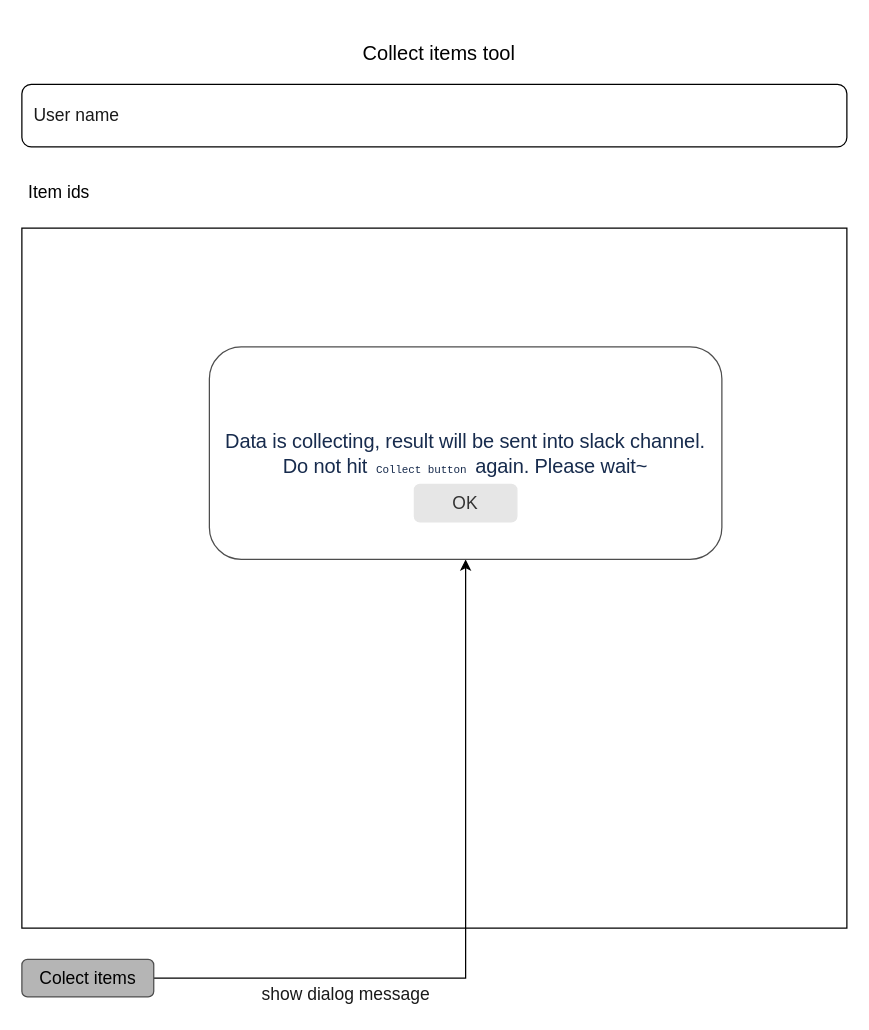
This is Untitled Diagram.drawio from newit-tindm/aws, a draw.io file, before an edit. Source tidied: cells renumbered, new cells numbered last; positions are measured from the earlier drawing's top-left corner, leaving out a move shared by most shapes. Both pictures are drawn from the tidied source at 125%, with x=0, y=0 at pixel (21, 34).
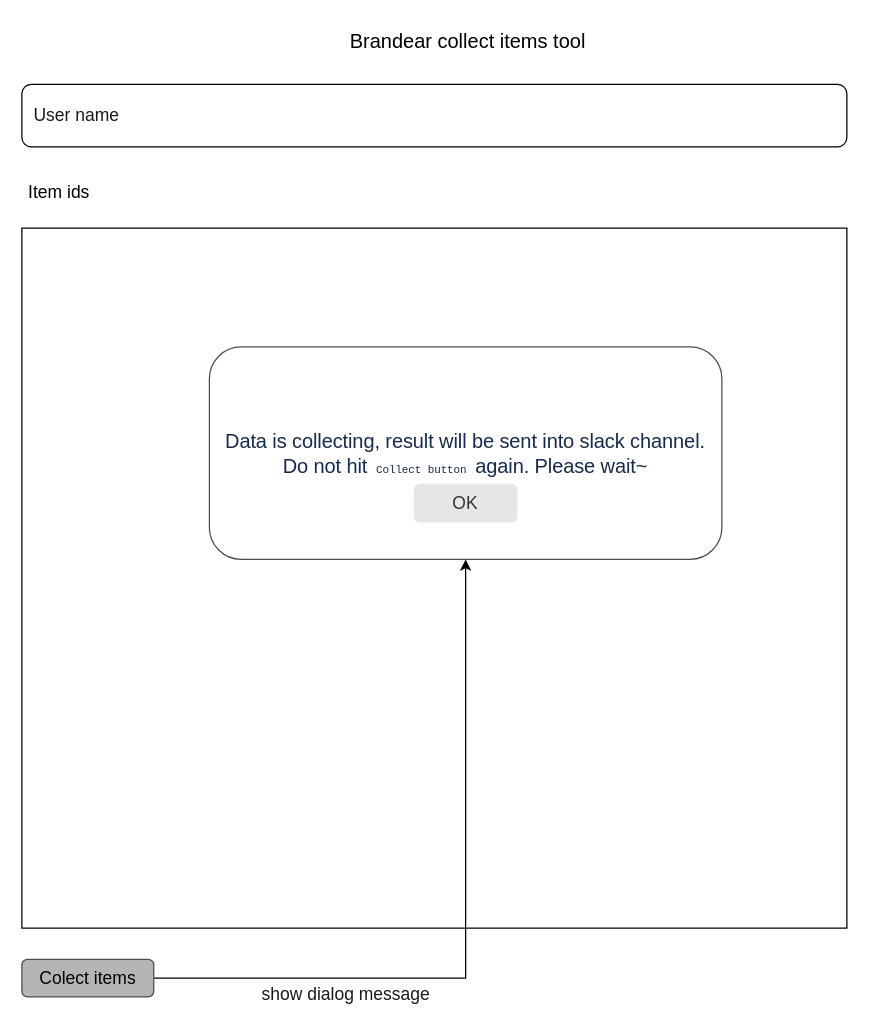
After the change.

Change to the diagram source:
```diff
@@
 <mxGraphModel>
   <root>
     <mxCell id="0" />
     <mxCell id="1" parent="0" />
-    <mxCell id="2" value="&lt;font style=&quot;font-size: 16px&quot;&gt;Collect items tool&lt;/font&gt;" style="text;html=1;strokeColor=none;fillColor=none;align=center;verticalAlign=middle;whiteSpace=wrap;rounded=0;" parent="1" vertex="1">
-      <mxGeometry x="244" width="180" height="30" as="geometry" />
+    <mxCell id="2" value="&lt;font style=&quot;font-size: 16px&quot;&gt;Brandear collect items tool&lt;/font&gt;" style="text;html=1;strokeColor=none;fillColor=none;align=center;verticalAlign=middle;whiteSpace=wrap;rounded=0;" parent="1" vertex="1">
+      <mxGeometry x="244" y="-10" width="226" height="30" as="geometry" />
     </mxCell>
     <mxCell id="3" value="&lt;font style=&quot;font-size: 14px&quot;&gt;Item ids&lt;/font&gt;" style="text;html=1;strokeColor=none;fillColor=none;align=center;verticalAlign=middle;whiteSpace=wrap;rounded=0;fontSize=16;" parent="1" vertex="1">
       <mxGeometry y="110" width="60" height="30" as="geometry" />
     </mxCell>
     <mxCell id="4" style="rounded=0;whiteSpace=wrap;html=1;fontSize=14;" parent="1" vertex="1">
       <mxGeometry y="155" width="660" height="560" as="geometry" />
     </mxCell>
     <mxCell id="5" style="edgeStyle=orthogonalEdgeStyle;rounded=0;jettySize=auto;html=1;fontSize=14;fontColor=#000000;" parent="1" edge="1" source="6" target="7">
       <mxGeometry relative="1" as="geometry" />
     </mxCell>
     <mxCell id="6" value="&lt;font style=&quot;font-size: 14px&quot; color=&quot;#000000&quot;&gt;Colect items&lt;/font&gt;" style="rounded=1;html=1;shadow=0;dashed=0;whiteSpace=wrap;fontSize=10;fillColor=#B5B5B5;align=center;strokeColor=#4D4D4D;fontColor=#ffffff;" parent="1" vertex="1">
       <mxGeometry y="740" width="105.5" height="30" as="geometry" />
     </mxCell>
     <mxCell id="7" value="&lt;span style=&quot;color: rgb(23 , 43 , 77) ; font-family: , &amp;#34;blinkmacsystemfont&amp;#34; , &amp;#34;segoe ui&amp;#34; , &amp;#34;roboto&amp;#34; , &amp;#34;noto sans&amp;#34; , &amp;#34;ubuntu&amp;#34; , &amp;#34;droid sans&amp;#34; , &amp;#34;helvetica neue&amp;#34; , sans-serif ; font-size: 16px ; letter-spacing: -0.08px ; text-align: left ; background-color: rgb(255 , 255 , 255)&quot;&gt;Data is collecting, result will be sent into slack channel. Do not hit &lt;/span&gt;&lt;code class=&quot;code css-9z42f9&quot; style=&quot;font-family: , &amp;#34;sf mono&amp;#34; , &amp;#34;segoe ui mono&amp;#34; , &amp;#34;roboto mono&amp;#34; , &amp;#34;ubuntu mono&amp;#34; , &amp;#34;menlo&amp;#34; , &amp;#34;consolas&amp;#34; , &amp;#34;courier&amp;#34; , monospace ; font-size: 0.875em ; color: rgb(23 , 43 , 77) ; border-style: none ; border-radius: 3px ; display: inline ; padding: 2px 0.5ch ; overflow-wrap: break-word ; overflow: auto ; letter-spacing: -0.08px ; text-align: left&quot;&gt;Collect button&lt;/code&gt;&lt;span style=&quot;color: rgb(23 , 43 , 77) ; font-family: , &amp;#34;blinkmacsystemfont&amp;#34; , &amp;#34;segoe ui&amp;#34; , &amp;#34;roboto&amp;#34; , &amp;#34;noto sans&amp;#34; , &amp;#34;ubuntu&amp;#34; , &amp;#34;droid sans&amp;#34; , &amp;#34;helvetica neue&amp;#34; , sans-serif ; font-size: 16px ; letter-spacing: -0.08px ; text-align: left ; background-color: rgb(255 , 255 , 255)&quot;&gt; again. Please wait~&lt;/span&gt;" style="whiteSpace=wrap;html=1;rounded=1;shadow=0;dashed=0;fontSize=10;fontColor=#ffffff;strokeColor=#4D4D4D;fillColor=#FFFFFF;" parent="1" vertex="1">
       <mxGeometry x="150" y="250" width="410" height="170" as="geometry" />
     </mxCell>
     <mxCell id="8" value="&lt;font style=&quot;font-size: 14px&quot;&gt;show dialog message&lt;/font&gt;" style="text;html=1;align=center;verticalAlign=middle;strokeColor=none;fillColor=none;fontSize=20;fontColor=#1A1A1A;" parent="1" vertex="1">
       <mxGeometry x="184" y="750" width="150" height="30" as="geometry" />
     </mxCell>
     <mxCell id="9" value="&lt;font style=&quot;font-size: 14px&quot;&gt;OK&lt;/font&gt;" style="rounded=1;html=1;shadow=0;dashed=0;whiteSpace=wrap;fontSize=10;fillColor=#E6E6E6;align=center;strokeColor=#E6E6E6;fontColor=#333333;" parent="1" vertex="1">
       <mxGeometry x="314" y="360" width="82" height="30" as="geometry" />
     </mxCell>
     <mxCell id="10" value="&amp;nbsp; User name" style="rounded=1;whiteSpace=wrap;html=1;fontSize=14;fontColor=#1A1A1A;fillColor=#FFFFFF;align=left;" parent="1" vertex="1">
       <mxGeometry y="40" width="660" height="50" as="geometry" />
     </mxCell>
   </root>
 </mxGraphModel>
```
